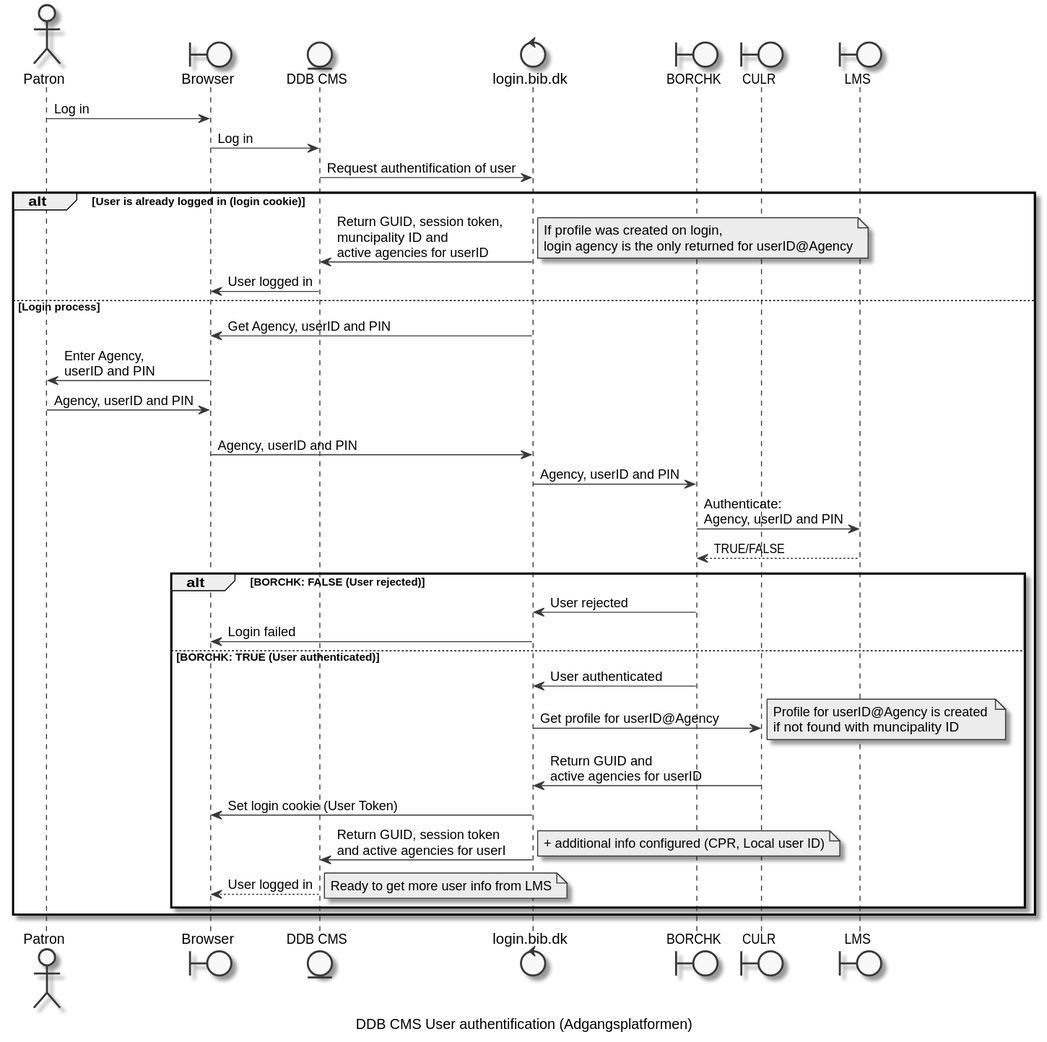
Earlier version of the PlantUML export docs/sso/singlesignon.svg (danskernesdigitalebibliotek/plantuml).
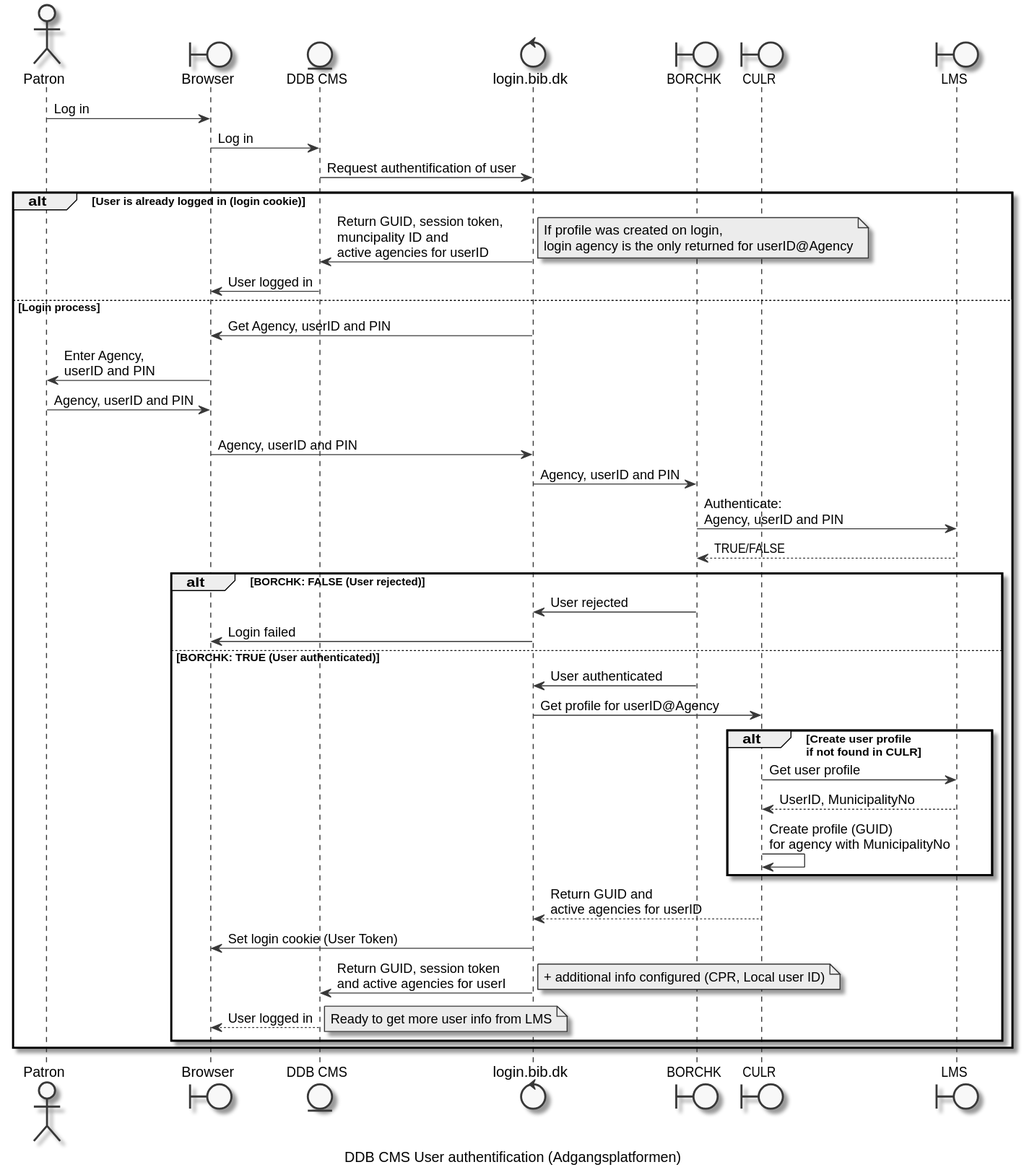
The same file after the commit.

The edit, as a diff of the source:
```diff
@@ -11,7 +11,6 @@
 
 boundary CULR
 boundary LMS
-
 
 Patron->Browser: Log in
 Browser->DDBCMS: Log in
@@ -39,9 +38,12 @@
         BORCHK->login.bib.dk: User authenticated
         login.bib.dk->CULR: Get profile for userID@Agency
 
-            note right: Profile for userID@Agency is created \nif not found with muncipality ID
-
-        CULR->login.bib.dk: Return GUID and \nactive agencies for userID
+            alt Create user profile \nif not found in CULR
+                CULR -> LMS: Get user profile
+                CULR <-- LMS: UserID, MunicipalityNo
+                CULR->CULR: Create profile (GUID) \nfor agency with MunicipalityNo
+            end
+        login.bib.dk<--CULR: Return GUID and \nactive agencies for userID
         login.bib.dk->Browser: Set login cookie (User Token)
         login.bib.dk->DDBCMS: Return GUID, session token\nand active agencies for userI
             note right:+ additional info configured (CPR, Local user ID)
```
